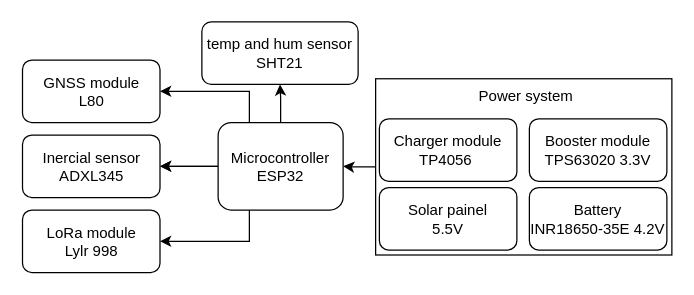
Before: MAIN/HARDWARE_BASIC.drawio in Teusocost/Tracker_IPB, a draw.io diagram. Source tidied: cells renumbered, new cells numbered last; positions are measured from the earlier drawing's top-left corner, leaving out a move shared by most shapes. Both pictures are drawn from the tidied source at 125%, with x=0, y=0 at pixel (22, 21).
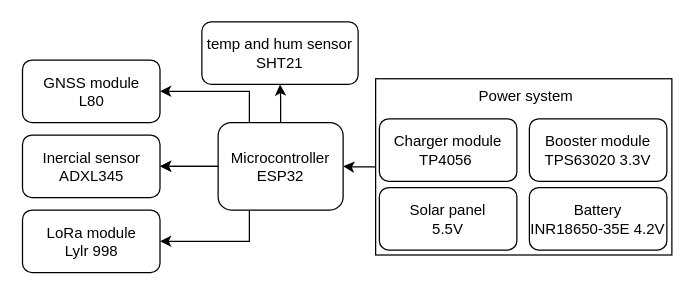
The same diagram, later.

Diff of the diagram source:
```diff
@@
 <mxGraphModel>
   <root>
     <mxCell id="0" />
     <mxCell id="1" parent="0" />
     <mxCell id="2" value="Booster module&lt;br&gt;TPS63020 3.3V" style="rounded=1;whiteSpace=wrap;html=1;" parent="1" vertex="1">
       <mxGeometry x="405" y="77.5" width="110" height="50" as="geometry" />
     </mxCell>
     <mxCell id="3" style="edgeStyle=orthogonalEdgeStyle;rounded=0;jettySize=auto;html=1;" parent="1" edge="1" source="8" target="12">
       <mxGeometry relative="1" as="geometry" />
     </mxCell>
     <mxCell id="4" style="edgeStyle=orthogonalEdgeStyle;rounded=0;jettySize=auto;html=1;" parent="1" edge="1" source="8" target="9">
       <mxGeometry relative="1" as="geometry" />
     </mxCell>
     <mxCell id="5" style="edgeStyle=orthogonalEdgeStyle;rounded=0;jettySize=auto;html=1;" parent="1" edge="1" source="8" target="9">
       <mxGeometry relative="1" as="geometry" />
     </mxCell>
     <mxCell id="6" style="edgeStyle=orthogonalEdgeStyle;rounded=0;jettySize=auto;html=1;exitX=0.25;exitY=0;exitDx=0;exitDy=0;entryX=1;entryY=0.5;entryDx=0;entryDy=0;" parent="1" edge="1" source="8" target="10">
       <mxGeometry relative="1" as="geometry" />
     </mxCell>
     <mxCell id="7" style="edgeStyle=orthogonalEdgeStyle;rounded=0;jettySize=auto;html=1;exitX=0.25;exitY=1;exitDx=0;exitDy=0;entryX=1;entryY=0.5;entryDx=0;entryDy=0;" parent="1" edge="1" source="8" target="11">
       <mxGeometry relative="1" as="geometry" />
     </mxCell>
     <mxCell id="8" value="Microcontroller&lt;br&gt;ESP32" style="rounded=1;whiteSpace=wrap;html=1;" parent="1" vertex="1">
       <mxGeometry x="156" y="80.5" width="100" height="70" as="geometry" />
     </mxCell>
     <mxCell id="9" value="Inercial sensor&lt;br&gt;ADXL345" style="rounded=1;whiteSpace=wrap;html=1;" parent="1" vertex="1">
       <mxGeometry x="-0.5" y="90.5" width="110" height="50" as="geometry" />
     </mxCell>
     <mxCell id="10" value="GNSS module&lt;br&gt;L80" style="rounded=1;whiteSpace=wrap;html=1;" parent="1" vertex="1">
       <mxGeometry x="-0.5" y="30.5" width="110" height="50" as="geometry" />
     </mxCell>
     <mxCell id="11" value="LoRa module&lt;br&gt;Lylr 998" style="rounded=1;whiteSpace=wrap;html=1;" parent="1" vertex="1">
       <mxGeometry x="-0.5" y="150.5" width="110" height="50" as="geometry" />
     </mxCell>
     <mxCell id="12" value="temp and hum sensor &lt;br&gt;SHT21" style="rounded=1;whiteSpace=wrap;html=1;" parent="1" vertex="1">
       <mxGeometry x="143" width="125" height="50" as="geometry" />
     </mxCell>
     <mxCell id="13" value="Charger module&lt;br&gt;TP4056&amp;nbsp;" style="rounded=1;whiteSpace=wrap;html=1;" parent="1" vertex="1">
       <mxGeometry x="285" y="77.5" width="110" height="50" as="geometry" />
     </mxCell>
     <mxCell id="14" style="edgeStyle=orthogonalEdgeStyle;rounded=0;jettySize=auto;html=1;entryX=1;entryY=0.5;entryDx=0;entryDy=0;" parent="1" edge="1" source="15" target="8">
       <mxGeometry relative="1" as="geometry" />
     </mxCell>
     <mxCell id="15" style="rounded=0;whiteSpace=wrap;html=1;fillColor=none;" parent="1" vertex="1">
       <mxGeometry x="282" y="45.5" width="237" height="141" as="geometry" />
     </mxCell>
     <mxCell id="16" value="Power system" style="text;html=1;align=center;verticalAlign=middle;strokeColor=none;fillColor=none;" parent="1" vertex="1">
       <mxGeometry x="352" y="44.5" width="100" height="30" as="geometry" />
     </mxCell>
     <mxCell id="17" value="Battery&lt;br&gt;INR18650-35E 4.2V" style="rounded=1;whiteSpace=wrap;html=1;" parent="1" vertex="1">
       <mxGeometry x="405" y="132.5" width="110" height="50" as="geometry" />
     </mxCell>
-    <mxCell id="18" value="Solar painel&lt;br&gt;5.5V" style="rounded=1;whiteSpace=wrap;html=1;" parent="1" vertex="1">
+    <mxCell id="18" value="Solar panel&lt;br&gt;5.5V" style="rounded=1;whiteSpace=wrap;html=1;" parent="1" vertex="1">
       <mxGeometry x="285" y="132.5" width="110" height="50" as="geometry" />
     </mxCell>
   </root>
 </mxGraphModel>
```
